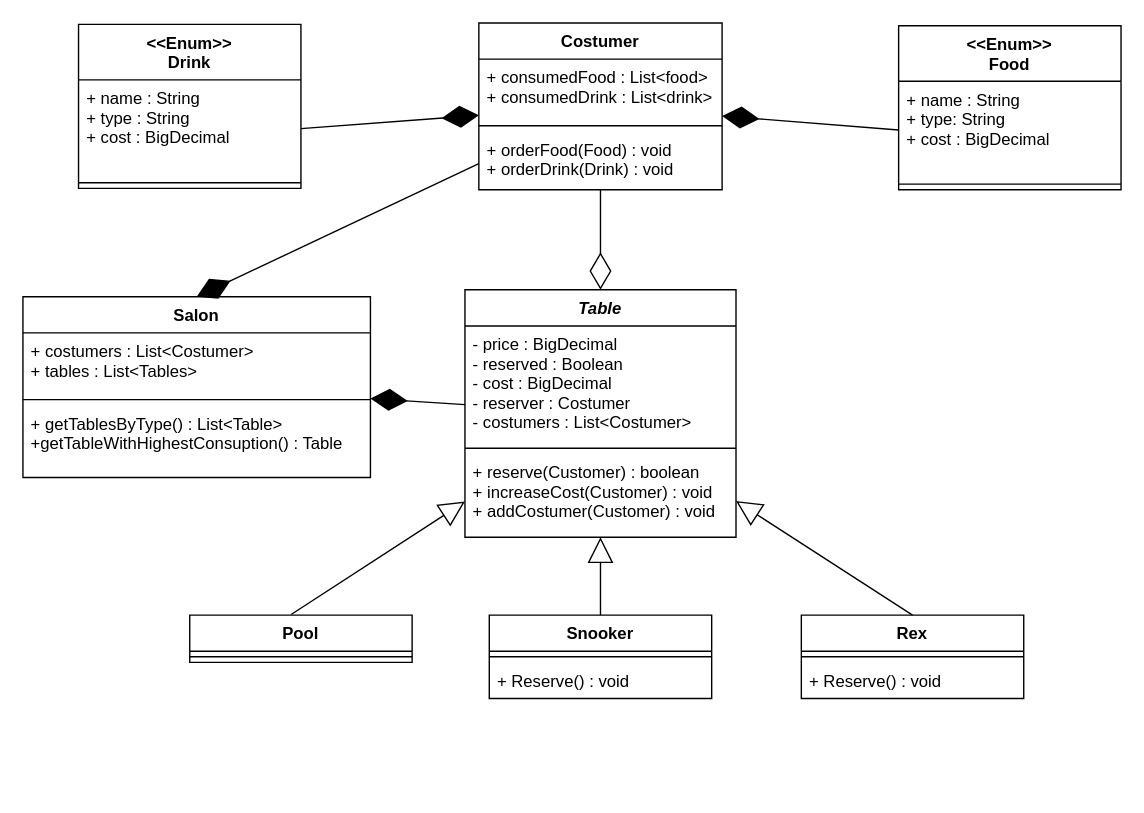
Before: PA4.drawio in Guszti9/draw, a draw.io diagram. Source tidied: cells renumbered, new cells numbered last; positions are measured from the earlier drawing's top-left corner, leaving out a move shared by most shapes. Both pictures are drawn from the tidied source at 139%, with x=0, y=0 at pixel (22, 22).
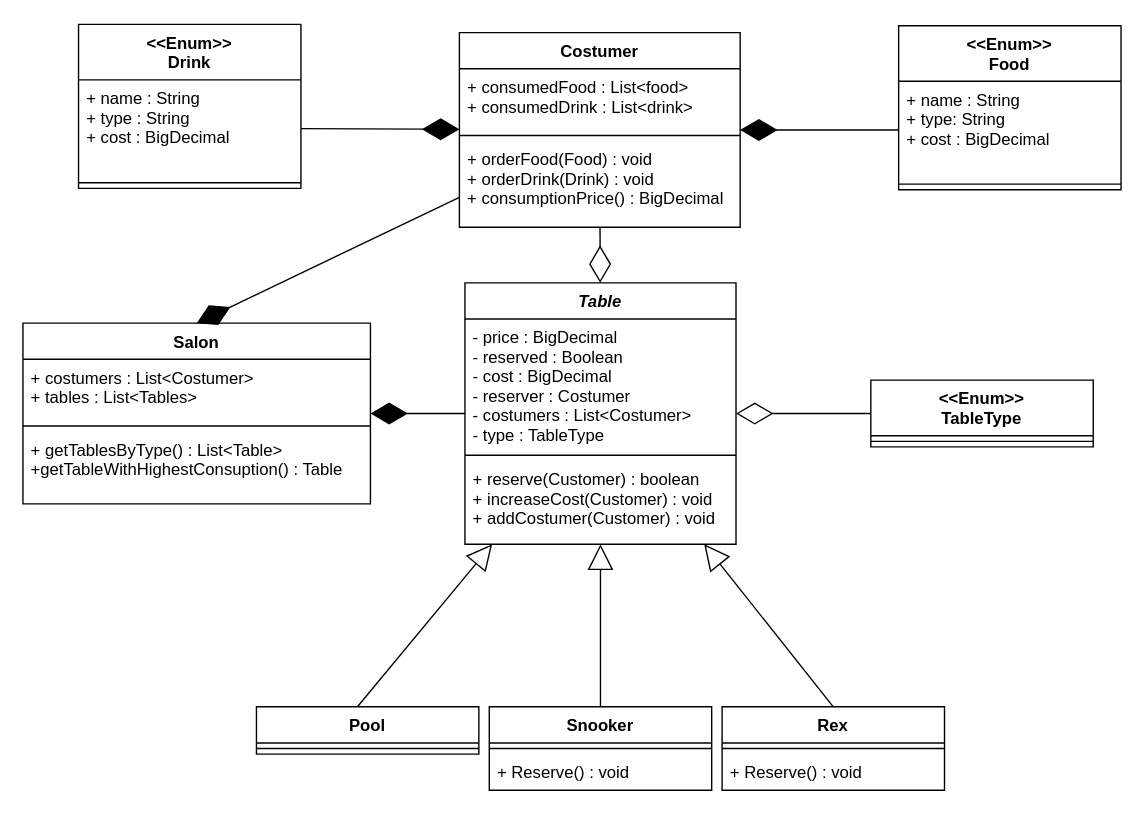
The same diagram, later.

Diff of the diagram source:
```diff
@@
     <mxCell id="2" value="Table" style="swimlane;fontStyle=3;align=center;verticalAlign=top;horizontal=1;startSize=26;" parent="1" vertex="1">
-      <mxGeometry x="318" y="192" width="195" height="178" as="geometry" />
+      <mxGeometry x="318" y="187" width="195" height="188" as="geometry" />
     </mxCell>
-    <mxCell id="3" value="- price : BigDecimal&#10;- reserved : Boolean&#10;- cost : BigDecimal&#10;- reserver : Costumer&#10;- costumers : List&lt;Costumer&gt; &#10;&#10;&#10;&#10;&#10;" style="text;strokeColor=none;fillColor=none;align=left;verticalAlign=top;spacingLeft=4;spacingRight=4;overflow=hidden;" parent="2" vertex="1">
-      <mxGeometry y="26" width="195" height="84" as="geometry" />
+    <mxCell id="3" value="- price : BigDecimal&#10;- reserved : Boolean&#10;- cost : BigDecimal&#10;- reserver : Costumer&#10;- costumers : List&lt;Costumer&gt; &#10;- type : TableType&#10;&#10;&#10;&#10;&#10;" style="text;strokeColor=none;fillColor=none;align=left;verticalAlign=top;spacingLeft=4;spacingRight=4;overflow=hidden;" parent="2" vertex="1">
+      <mxGeometry y="26" width="195" height="94" as="geometry" />
     </mxCell>
     <mxCell id="4" style="line;strokeWidth=1;fillColor=none;align=left;verticalAlign=middle;spacingTop=-1;spacingLeft=3;spacingRight=3;labelPosition=right;" parent="2" vertex="1">
-      <mxGeometry y="110" width="195" height="8" as="geometry" />
+      <mxGeometry y="120" width="195" height="8" as="geometry" />
     </mxCell>
     <mxCell id="5" value="+ reserve(Customer) : boolean&#10;+ increaseCost(Customer) : void&#10;+ addCostumer(Customer) : void&#10;" style="text;strokeColor=none;fillColor=none;align=left;verticalAlign=top;spacingLeft=4;spacingRight=4;overflow=hidden;" parent="2" vertex="1">
-      <mxGeometry y="118" width="195" height="60" as="geometry" />
+      <mxGeometry y="128" width="195" height="60" as="geometry" />
     </mxCell>
     <mxCell id="6" value="Snooker" style="swimlane;fontStyle=1;align=center;verticalAlign=top;horizontal=1;startSize=26;" parent="1" vertex="1">
-      <mxGeometry x="335.5" y="426" width="160" height="60" as="geometry" />
+      <mxGeometry x="335.5" y="492" width="160" height="60" as="geometry" />
     </mxCell>
@@
     <mxCell id="9" value="Rex" style="swimlane;fontStyle=1;align=center;verticalAlign=top;horizontal=1;startSize=26;" parent="1" vertex="1">
-      <mxGeometry x="560" y="426" width="160" height="60" as="geometry" />
+      <mxGeometry x="503" y="492" width="160" height="60" as="geometry" />
     </mxCell>
@@
     <mxCell id="12" value="Pool" style="swimlane;fontStyle=1;align=center;verticalAlign=top;horizontal=1;startSize=26;" parent="1" vertex="1">
-      <mxGeometry x="120" y="426" width="160" height="34" as="geometry" />
+      <mxGeometry x="168" y="492" width="160" height="34" as="geometry" />
     </mxCell>
@@
     <mxCell id="17" value="Costumer" style="swimlane;fontStyle=1;align=center;verticalAlign=top;horizontal=1;startSize=26;" parent="1" vertex="1">
-      <mxGeometry x="328" width="175" height="120" as="geometry" />
+      <mxGeometry x="314" y="7" width="202" height="140" as="geometry" />
     </mxCell>
     <mxCell id="18" value="+ consumedFood : List&lt;food&gt;&#10;+ consumedDrink : List&lt;drink&gt;&#10;" style="text;strokeColor=none;fillColor=none;align=left;verticalAlign=top;spacingLeft=4;spacingRight=4;overflow=hidden;" parent="17" vertex="1">
-      <mxGeometry y="26" width="175" height="44" as="geometry" />
+      <mxGeometry y="26" width="202" height="44" as="geometry" />
     </mxCell>
     <mxCell id="19" style="line;strokeWidth=1;fillColor=none;align=left;verticalAlign=middle;spacingTop=-1;spacingLeft=3;spacingRight=3;labelPosition=right;" parent="17" vertex="1">
-      <mxGeometry y="70" width="175" height="8" as="geometry" />
+      <mxGeometry y="70" width="202" height="8" as="geometry" />
     </mxCell>
-    <mxCell id="20" value="+ orderFood(Food) : void&#10;+ orderDrink(Drink) : void&#10;" style="text;strokeColor=none;fillColor=none;align=left;verticalAlign=top;spacingLeft=4;spacingRight=4;overflow=hidden;" parent="17" vertex="1">
-      <mxGeometry y="78" width="175" height="42" as="geometry" />
+    <mxCell id="20" value="+ orderFood(Food) : void&#10;+ orderDrink(Drink) : void&#10;+ consumptionPrice() : BigDecimal&#10;&#10;&#10;" style="text;strokeColor=none;fillColor=none;align=left;verticalAlign=top;spacingLeft=4;spacingRight=4;overflow=hidden;" parent="17" vertex="1">
+      <mxGeometry y="78" width="202" height="62" as="geometry" />
     </mxCell>
@@
     <mxCell id="27" value="Salon" style="swimlane;fontStyle=1;align=center;verticalAlign=top;horizontal=1;startSize=26;" parent="1" vertex="1">
-      <mxGeometry y="197" width="250" height="130" as="geometry" />
+      <mxGeometry y="216" width="250" height="130" as="geometry" />
     </mxCell>
@@
+    <mxCell id="36" value="&lt;&lt;Enum&gt;&gt;&#10;TableType" style="swimlane;fontStyle=1;align=center;verticalAlign=top;horizontal=1;startSize=40;" parent="1" vertex="1">
+      <mxGeometry x="610" y="257" width="160" height="48" as="geometry" />
+    </mxCell>
+    <mxCell id="37" style="line;strokeWidth=1;fillColor=none;align=left;verticalAlign=middle;spacingTop=-1;spacingLeft=3;spacingRight=3;labelPosition=right;" parent="36" vertex="1">
+      <mxGeometry y="40" width="160" height="8" as="geometry" />
+    </mxCell>
+    <mxCell id="38" style="endArrow=diamondThin;endFill=0;endSize=24;html=1;rounded=0;" parent="1" edge="1" source="36" target="2">
+      <mxGeometry relative="1" as="geometry" />
+    </mxCell>
```
